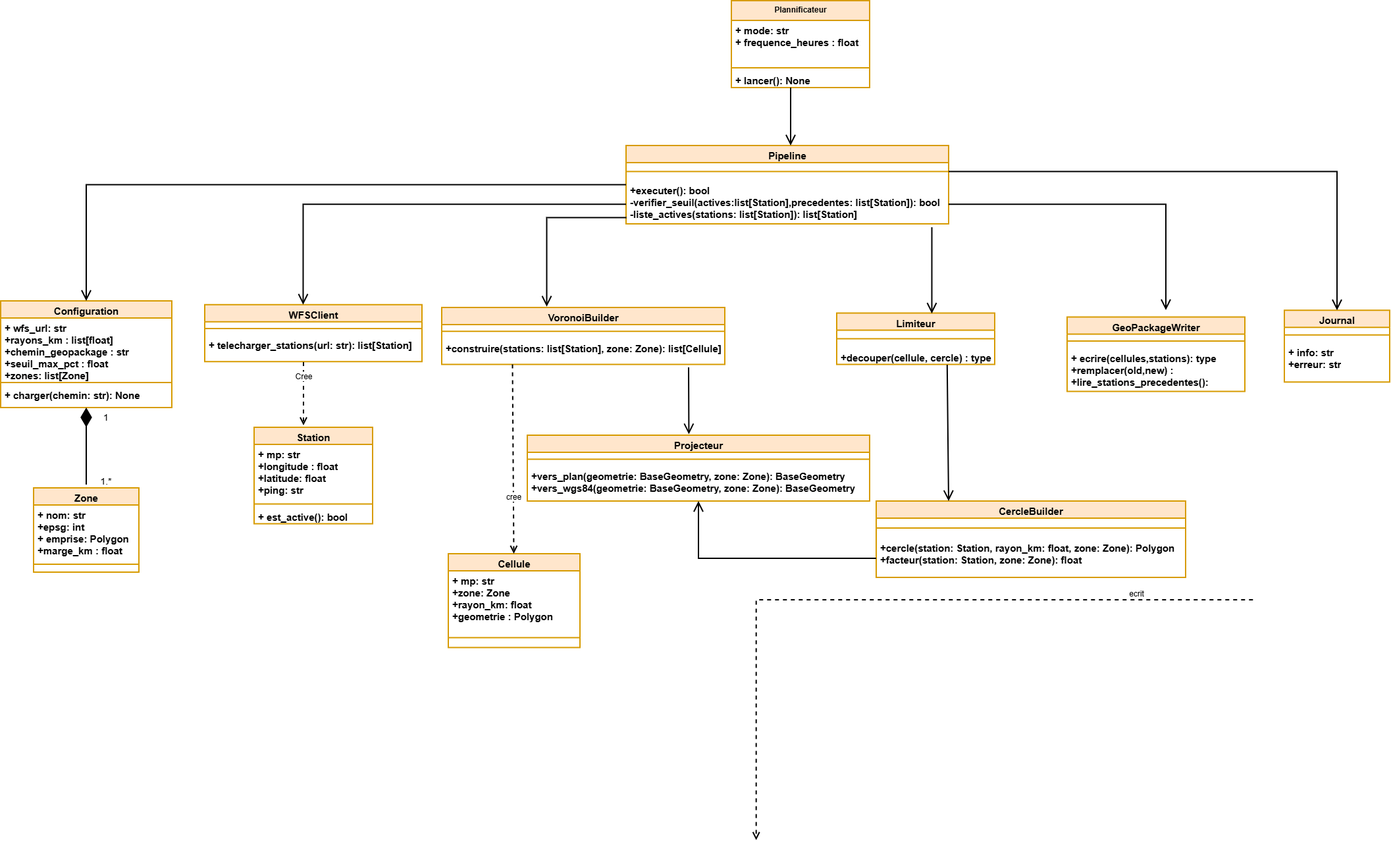
Before: Diagramme de classe.png, a diagram exported from draw.io (Akatebra/Projet_Info_Voronoi). Source tidied: cells renumbered, new cells last; positions are measured from the earlier drawing's top-left corner, leaving out a move shared by most shapes.
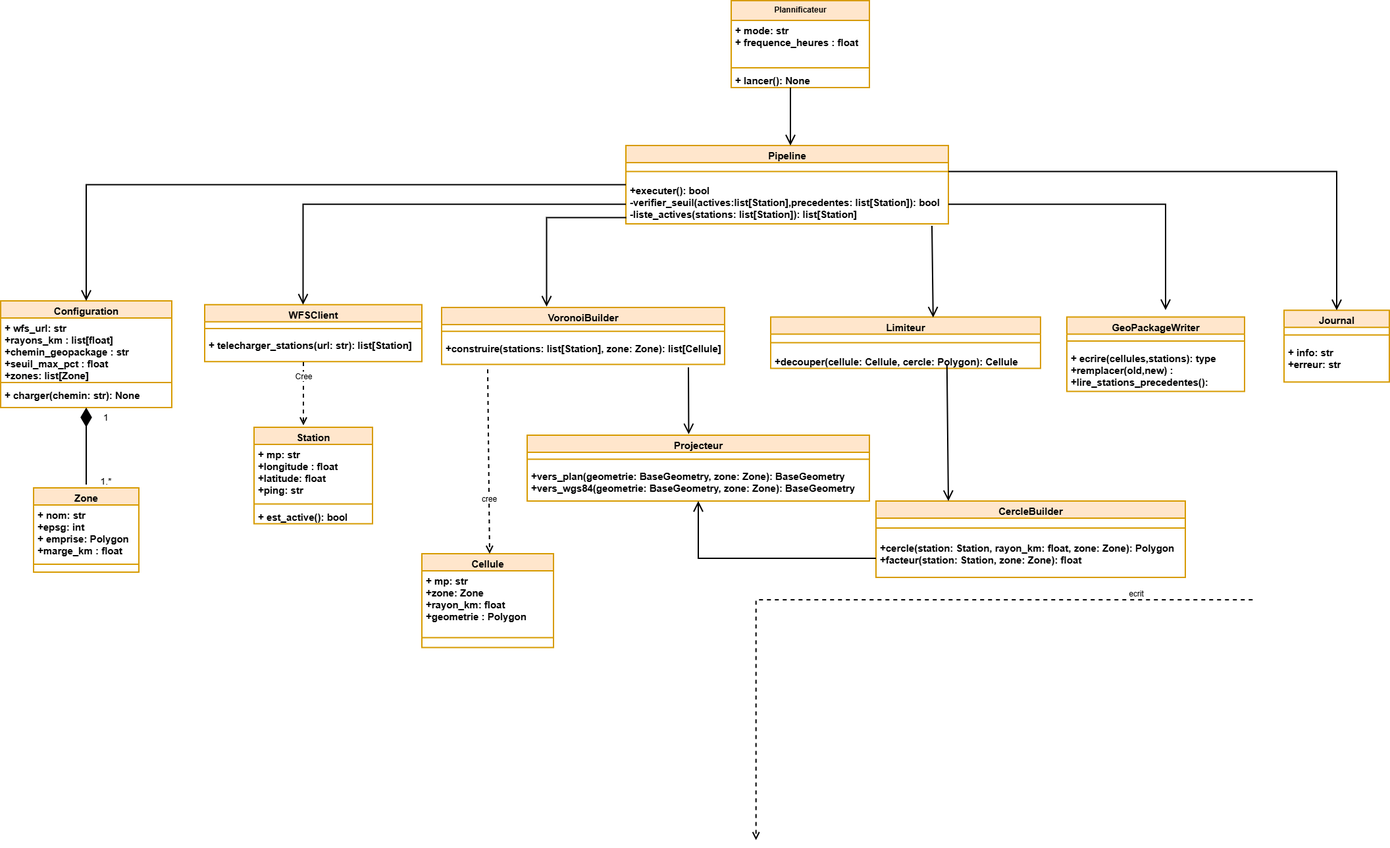
The same diagram one commit later.

Commit message:
Mettre à jour Diagramme de classe.png

The edit, as a diff of the source:
```diff
@@ -54,13 +54,13 @@
       <mxGeometry y="128" width="260" height="34" as="geometry" />
     </mxCell>
     <mxCell id="19" value="&lt;font style=&quot;font-size: 15px;&quot;&gt;Limiteur&lt;/font&gt;" style="swimlane;fontStyle=1;align=center;verticalAlign=top;horizontal=1;startSize=26;whiteSpace=wrap;html=1;strokeWidth=2;fillColor=#ffe6cc;strokeColor=#d79b00;" parent="1" vertex="1">
-      <mxGeometry x="1270" y="474.5" width="240" height="78" as="geometry" />
+      <mxGeometry x="1170" y="480.5" width="410" height="78" as="geometry" />
     </mxCell>
     <mxCell id="20" style="line;strokeWidth=2;fillColor=none;align=left;verticalAlign=middle;spacingTop=-1;spacingLeft=3;spacingRight=3;labelPosition=right;strokeColor=inherit;labelPerimeter=1;" parent="19" vertex="1">
-      <mxGeometry y="26" width="240" height="26" as="geometry" />
+      <mxGeometry y="26" width="410" height="26" as="geometry" />
     </mxCell>
-    <mxCell id="21" value="&lt;font style=&quot;font-size: 15px;&quot;&gt;&lt;b&gt;+decouper(cellule, cercle) : type&lt;/b&gt;&lt;/font&gt;" style="text;strokeColor=none;fillColor=none;align=left;verticalAlign=top;spacingLeft=4;spacingRight=4;overflow=hidden;whiteSpace=wrap;html=1;strokeWidth=2;" parent="19" vertex="1">
-      <mxGeometry y="52" width="240" height="26" as="geometry" />
+    <mxCell id="21" value="&lt;font style=&quot;font-size: 15px;&quot;&gt;&lt;b&gt;+&lt;/b&gt;&lt;/font&gt;&lt;span style=&quot;font-size: 15px;&quot;&gt;&lt;b&gt;decouper(cellule: Cellule, cercle: Polygon): Cellule&lt;/b&gt;&lt;/span&gt;" style="text;strokeColor=none;fillColor=none;align=left;verticalAlign=top;spacingLeft=4;spacingRight=4;overflow=hidden;whiteSpace=wrap;html=1;strokeWidth=2;" parent="19" vertex="1">
+      <mxGeometry y="52" width="410" height="26" as="geometry" />
     </mxCell>
     <mxCell id="22" value="&lt;font style=&quot;font-size: 15px;&quot;&gt;GeoPackageWriter&lt;/font&gt;" style="swimlane;fontStyle=1;align=center;verticalAlign=top;horizontal=1;startSize=26;whiteSpace=wrap;html=1;strokeWidth=2;fillColor=#ffe6cc;strokeColor=#d79b00;" parent="1" vertex="1">
       <mxGeometry x="1620" y="480.5" width="270" height="113" as="geometry" />
@@ -137,7 +137,7 @@
       <mxGeometry x="130" y="715" width="60" height="30" as="geometry" />
     </mxCell>
     <mxCell id="44" value="&lt;font style=&quot;font-size: 15px;&quot;&gt;Cellule&lt;/font&gt;" style="swimlane;fontStyle=1;align=center;verticalAlign=top;horizontal=1;startSize=26;whiteSpace=wrap;html=1;strokeWidth=2;fillColor=#ffe6cc;strokeColor=#d79b00;" parent="1" vertex="1">
-      <mxGeometry x="680" y="840" width="200" height="142.5" as="geometry" />
+      <mxGeometry x="640" y="840" width="200" height="142.5" as="geometry" />
     </mxCell>
     <mxCell id="45" value="&lt;font style=&quot;font-size: 15px;&quot;&gt;&lt;b&gt;+ mp: str&lt;/b&gt;&lt;/font&gt;&lt;div&gt;&lt;font style=&quot;font-size: 15px;&quot;&gt;&lt;b&gt;+zone: Zone&lt;/b&gt;&lt;/font&gt;&lt;/div&gt;&lt;div&gt;&lt;font style=&quot;font-size: 15px;&quot;&gt;&lt;b&gt;+rayon_km: float&lt;/b&gt;&lt;/font&gt;&lt;/div&gt;&lt;div&gt;&lt;font style=&quot;font-size: 15px;&quot;&gt;&lt;b&gt;+geometrie : Polygon&lt;/b&gt;&lt;/font&gt;&lt;/div&gt;" style="text;strokeColor=none;fillColor=none;align=left;verticalAlign=top;spacingLeft=4;spacingRight=4;overflow=hidden;whiteSpace=wrap;html=1;strokeWidth=2;" parent="44" vertex="1">
       <mxGeometry y="26" width="200" height="86.5" as="geometry" />
@@ -145,10 +145,11 @@
     <mxCell id="46" style="line;strokeWidth=2;fillColor=none;align=left;verticalAlign=middle;spacingTop=-1;spacingLeft=3;spacingRight=3;labelPosition=right;strokeColor=inherit;labelPerimeter=1;" parent="44" vertex="1">
       <mxGeometry y="112.5" width="200" height="30" as="geometry" />
     </mxCell>
-    <mxCell id="47" value="&lt;font style=&quot;font-size: 12px;&quot;&gt;cree&lt;/font&gt;" style="html=1;verticalAlign=bottom;endArrow=open;dashed=1;endSize=8;edgeStyle=sequenceEdgeStyle;libavoidRouting=0;curved=0;rounded=0;defaultLabelBackgroundColor=page;labelPadding=0 4;strokeWidth=2;exitX=0.25;exitY=1;exitDx=0;exitDy=0;" parent="1" edge="1" source="9" target="44">
+    <mxCell id="47" value="&lt;font style=&quot;font-size: 12px;&quot;&gt;cree&lt;/font&gt;" style="html=1;verticalAlign=bottom;endArrow=open;dashed=1;endSize=8;edgeStyle=sequenceEdgeStyle;libavoidRouting=0;curved=0;rounded=0;defaultLabelBackgroundColor=page;labelPadding=0 4;strokeWidth=2;" parent="1" edge="1" target="44">
       <mxGeometry x="0.47" relative="1" as="geometry">
+        <mxPoint x="740" y="560" as="sourcePoint" />
         <Array as="points">
-          <mxPoint x="760.4" y="840" />
+          <mxPoint x="742.9" y="840" />
         </Array>
       </mxGeometry>
     </mxCell>
@@ -199,7 +200,7 @@
         <mxPoint x="1147.7" y="1275" as="targetPoint" />
       </mxGeometry>
     </mxCell>
-    <mxCell id="59" style="endArrow=open;endFill=1;endSize=12;html=1;rounded=0;defaultLabelBackgroundColor=page;labelPadding=0 4;strokeWidth=2;entryX=0.602;entryY=0.01;entryDx=0;entryDy=0;entryPerimeter=0;exitX=0.948;exitY=1.078;exitDx=0;exitDy=0;exitPerimeter=0;" parent="1" edge="1" source="4" target="19">
+    <mxCell id="59" style="endArrow=open;endFill=1;endSize=12;html=1;rounded=0;defaultLabelBackgroundColor=page;labelPadding=0 4;strokeWidth=2;entryX=0.602;entryY=0.01;entryDx=0;entryDy=0;entryPerimeter=0;exitX=0.949;exitY=1.045;exitDx=0;exitDy=0;exitPerimeter=0;" parent="1" edge="1" source="4" target="19">
       <mxGeometry relative="1" as="geometry" />
     </mxCell>
   </root>
```
